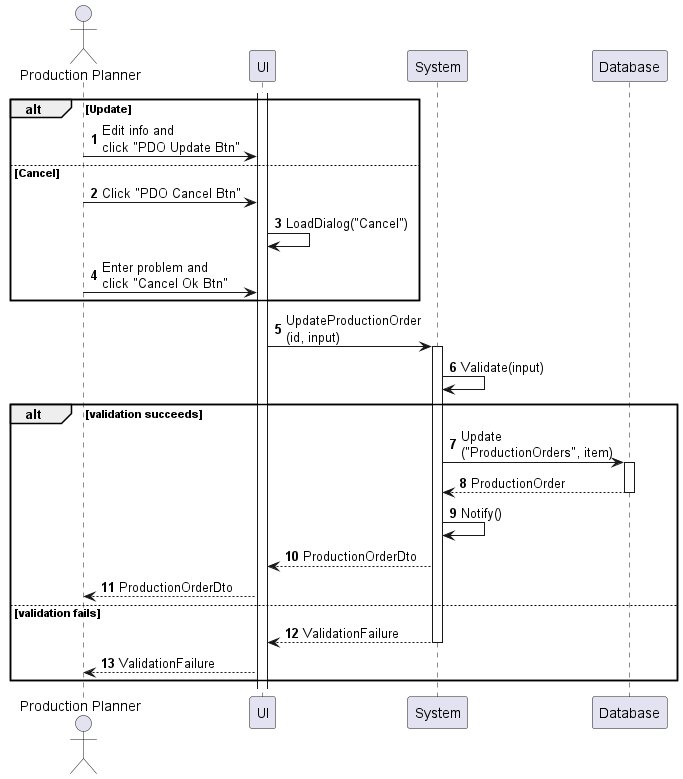
Earlier version of the PlantUML export sequences/production-order-update.png (phihungha/scmss-reqs).
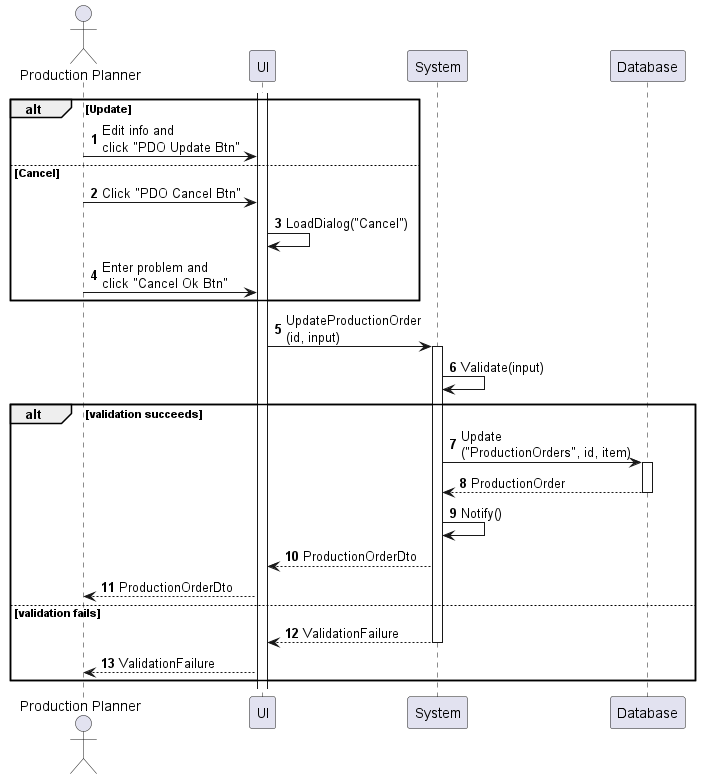
The same file after the commit.

The edit, as a diff of the source:
```diff
@@ -21,7 +21,7 @@
 b -> b : Validate(input)
 
 alt validation succeeds
-    b -> d : Update\n("ProductionOrders", item)
+    b -> d : Update\n("ProductionOrders", id, item)
     activate d
     return ProductionOrder
     b -> b : Notify()
```
